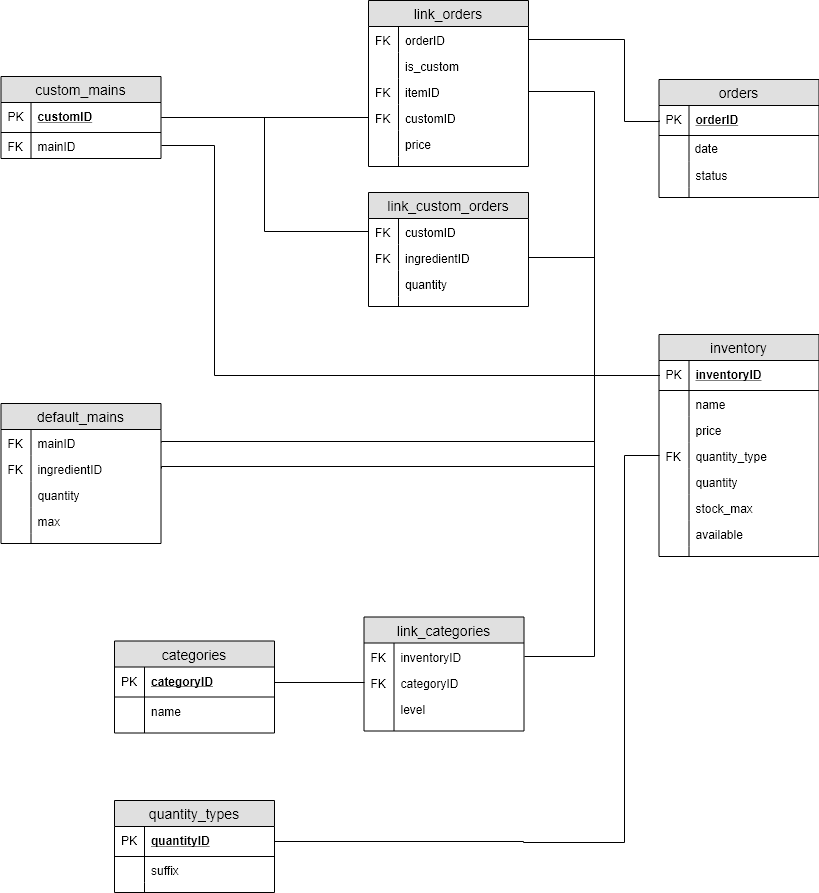
The draw.io diagram docs/database schema_2.png in featherbear/UNSW-COMP1531-Assignment, before a commit. Source tidied: cells renumbered, new cells last; positions are measured from the earlier drawing's top-left corner, leaving out a move shared by most shapes.
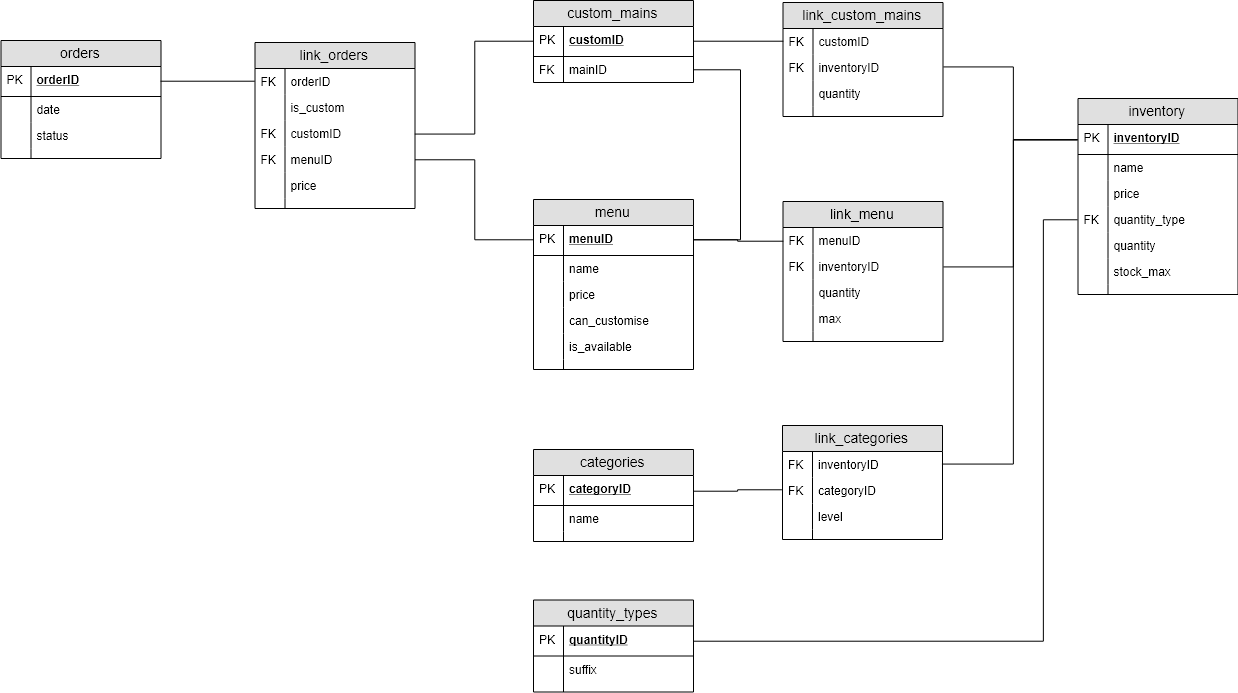
The same diagram one commit later.

Commit message:
Fix database schema to separate the inventory from the menu

What changed in the source:
```diff
@@ -4,4 +4,4 @@
     <mxCell id="1" parent="0" />
-    <mxCell id="2" value="link_custom_orders" style="swimlane;fontStyle=0;horizontal=1;startSize=26;fillColor=#e0e0e0;swimlaneFillColor=#ffffff;align=center;fontSize=14;" parent="1" vertex="1">
-      <mxGeometry x="368" y="192" width="160" height="114" as="geometry" />
+    <mxCell id="2" value="link_custom_mains" style="swimlane;fontStyle=0;horizontal=1;startSize=26;fillColor=#e0e0e0;swimlaneFillColor=#ffffff;align=center;fontSize=14;" parent="1" vertex="1">
+      <mxGeometry x="363.5" y="238" width="160" height="114" as="geometry" />
     </mxCell>
@@ -13,3 +13,3 @@
     </mxCell>
-    <mxCell id="5" value="ingredientID" style="shape=partialRectangle;top=0;left=0;right=0;bottom=0;align=left;verticalAlign=top;fillColor=none;spacingLeft=34;spacingRight=4;overflow=hidden;points=[[0,0.5],[1,0.5]];portConstraint=eastwest;fontSize=12;" parent="2" vertex="1">
+    <mxCell id="5" value="inventoryID" style="shape=partialRectangle;top=0;left=0;right=0;bottom=0;align=left;verticalAlign=top;fillColor=none;spacingLeft=34;spacingRight=4;overflow=hidden;points=[[0,0.5],[1,0.5]];portConstraint=eastwest;fontSize=12;" parent="2" vertex="1">
       <mxGeometry y="52" width="160" height="26" as="geometry" />
@@ -32,3 +32,3 @@
     <mxCell id="11" value="custom_mains" style="swimlane;fontStyle=0;horizontal=1;startSize=26;fillColor=#e0e0e0;swimlaneFillColor=#ffffff;align=center;fontSize=14;" parent="1" vertex="1">
-      <mxGeometry x="0.5" y="76" width="160" height="82" as="geometry" />
+      <mxGeometry x="114" y="236" width="160" height="82" as="geometry" />
     </mxCell>
@@ -46,6 +46,6 @@
     </mxCell>
-    <mxCell id="16" value="default_mains" style="swimlane;fontStyle=0;horizontal=1;startSize=26;fillColor=#e0e0e0;swimlaneFillColor=#ffffff;align=center;fontSize=14;" parent="1" vertex="1">
-      <mxGeometry x="0.5" y="403" width="160" height="140" as="geometry" />
+    <mxCell id="16" value="link_menu" style="swimlane;fontStyle=0;horizontal=1;startSize=26;fillColor=#e0e0e0;swimlaneFillColor=#ffffff;align=center;fontSize=14;" parent="1" vertex="1">
+      <mxGeometry x="363.5" y="437" width="160" height="140" as="geometry" />
     </mxCell>
-    <mxCell id="17" value="mainID" style="shape=partialRectangle;top=0;left=0;right=0;bottom=0;align=left;verticalAlign=top;fillColor=none;spacingLeft=34;spacingRight=4;overflow=hidden;points=[[0,0.5],[1,0.5]];portConstraint=eastwest;fontSize=12;" parent="16" vertex="1">
+    <mxCell id="17" value="menuID" style="shape=partialRectangle;top=0;left=0;right=0;bottom=0;align=left;verticalAlign=top;fillColor=none;spacingLeft=34;spacingRight=4;overflow=hidden;points=[[0,0.5],[1,0.5]];portConstraint=eastwest;fontSize=12;" parent="16" vertex="1">
       <mxGeometry y="26" width="160" height="26" as="geometry" />
@@ -55,3 +55,3 @@
     </mxCell>
-    <mxCell id="19" value="ingredientID" style="shape=partialRectangle;top=0;left=0;right=0;bottom=0;align=left;verticalAlign=top;fillColor=none;spacingLeft=34;spacingRight=4;overflow=hidden;points=[[0,0.5],[1,0.5]];portConstraint=eastwest;fontSize=12;" parent="16" vertex="1">
+    <mxCell id="19" value="inventoryID" style="shape=partialRectangle;top=0;left=0;right=0;bottom=0;align=left;verticalAlign=top;fillColor=none;spacingLeft=34;spacingRight=4;overflow=hidden;points=[[0,0.5],[1,0.5]];portConstraint=eastwest;fontSize=12;" parent="16" vertex="1">
       <mxGeometry y="52" width="160" height="26" as="geometry" />
@@ -80,3 +80,3 @@
     <mxCell id="27" value="inventory" style="swimlane;fontStyle=0;horizontal=1;startSize=26;fillColor=#e0e0e0;swimlaneFillColor=#ffffff;align=center;fontSize=14;" parent="1" vertex="1">
-      <mxGeometry x="658.5" y="334" width="160" height="222" as="geometry" />
+      <mxGeometry x="658.5" y="334" width="160" height="196" as="geometry" />
     </mxCell>
@@ -118,10 +118,4 @@
     </mxCell>
-    <mxCell id="40" value="available" style="shape=partialRectangle;top=0;left=0;right=0;bottom=0;align=left;verticalAlign=top;fillColor=none;spacingLeft=34;spacingRight=4;overflow=hidden;fontSize=12;" parent="27" vertex="1">
-      <mxGeometry y="186" width="160" height="26" as="geometry" />
-    </mxCell>
-    <mxCell id="41" style="shape=partialRectangle;top=0;left=0;bottom=0;fillColor=none;align=left;verticalAlign=top;spacingLeft=4;spacingRight=4;overflow=hidden;fontSize=12;" parent="40" vertex="1">
-      <mxGeometry width="30" height="26" as="geometry" />
-    </mxCell>
     <mxCell id="42" style="shape=partialRectangle;top=0;left=0;right=0;bottom=0;align=left;verticalAlign=top;fillColor=none;spacingLeft=34;spacingRight=4;overflow=hidden;fontSize=12;" parent="27" vertex="1">
-      <mxGeometry y="212" width="160" height="10" as="geometry" />
+      <mxGeometry y="186" width="160" height="10" as="geometry" />
     </mxCell>
@@ -131,3 +125,3 @@
     <mxCell id="44" value="link_orders" style="swimlane;fontStyle=0;horizontal=1;startSize=26;fillColor=#e0e0e0;swimlaneFillColor=#ffffff;align=center;fontSize=14;" parent="1" vertex="1">
-      <mxGeometry x="368" width="160" height="166" as="geometry" />
+      <mxGeometry x="-164.5" y="278" width="160" height="166" as="geometry" />
     </mxCell>
@@ -145,3 +139,3 @@
     </mxCell>
-    <mxCell id="49" value="itemID" style="shape=partialRectangle;top=0;left=0;right=0;bottom=0;align=left;verticalAlign=top;fillColor=none;spacingLeft=34;spacingRight=4;overflow=hidden;points=[[0,0.5],[1,0.5]];portConstraint=eastwest;fontSize=12;" parent="44" vertex="1">
+    <mxCell id="49" value="customID" style="shape=partialRectangle;top=0;left=0;right=0;bottom=0;align=left;verticalAlign=top;fillColor=none;spacingLeft=34;spacingRight=4;overflow=hidden;points=[[0,0.5],[1,0.5]];portConstraint=eastwest;fontSize=12;" parent="44" vertex="1">
       <mxGeometry y="78" width="160" height="26" as="geometry" />
@@ -151,6 +145,6 @@
     </mxCell>
-    <mxCell id="51" value="customID" style="shape=partialRectangle;top=0;left=0;right=0;bottom=0;align=left;verticalAlign=top;fillColor=none;spacingLeft=34;spacingRight=4;overflow=hidden;points=[[0,0.5],[1,0.5]];portConstraint=eastwest;fontSize=12;" parent="44" vertex="1">
-      <mxGeometry y="104" width="160" height="26" as="geometry" />
-    </mxCell>
+    <mxCell id="100" value="menuID" style="shape=partialRectangle;top=0;left=0;right=0;bottom=0;align=left;verticalAlign=top;fillColor=none;spacingLeft=34;spacingRight=4;overflow=hidden;points=[[0,0.5],[1,0.5]];portConstraint=eastwest;fontSize=12;" parent="44" vertex="1">
+      <mxGeometry y="104" width="160" height="26" as="geometry" />
+    </mxCell>
-    <mxCell id="52" value="FK" style="shape=partialRectangle;top=0;left=0;bottom=0;fillColor=none;align=left;verticalAlign=top;spacingLeft=4;spacingRight=4;overflow=hidden;fontSize=12;" parent="51" vertex="1">
+    <mxCell id="52" value="FK" style="shape=partialRectangle;top=0;left=0;bottom=0;fillColor=none;align=left;verticalAlign=top;spacingLeft=4;spacingRight=4;overflow=hidden;fontSize=12;" parent="100" vertex="1">
       <mxGeometry width="30" height="26" as="geometry" />
@@ -170,3 +164,3 @@
     <mxCell id="57" value="categories" style="swimlane;fontStyle=0;horizontal=1;startSize=26;fillColor=#e0e0e0;swimlaneFillColor=#ffffff;align=center;fontSize=14;" parent="1" vertex="1">
-      <mxGeometry x="114" y="640.5" width="160" height="92" as="geometry" />
+      <mxGeometry x="114" y="685" width="160" height="92" as="geometry" />
     </mxCell>
@@ -191,3 +185,3 @@
     <mxCell id="64" value="orders" style="swimlane;fontStyle=0;horizontal=1;startSize=26;fillColor=#e0e0e0;swimlaneFillColor=#ffffff;align=center;fontSize=14;" parent="1" vertex="1">
-      <mxGeometry x="658.5" y="79" width="160" height="118" as="geometry" />
+      <mxGeometry x="-418.5" y="276" width="160" height="118" as="geometry" />
     </mxCell>
@@ -217,34 +211,4 @@
     </mxCell>
-    <mxCell id="73" style="edgeStyle=orthogonalEdgeStyle;rounded=0;jettySize=auto;html=1;entryX=0;entryY=0.5;entryDx=0;entryDy=0;endArrow=none;endFill=0;" parent="1" edge="1" source="45" target="65">
-      <mxGeometry relative="1" as="geometry">
-        <Array as="points">
-          <mxPoint x="624" y="39" />
-          <mxPoint x="624" y="121" />
-        </Array>
-      </mxGeometry>
-    </mxCell>
-    <mxCell id="74" style="edgeStyle=orthogonalEdgeStyle;rounded=0;jettySize=auto;html=1;exitX=1;exitY=0.5;exitDx=0;exitDy=0;entryX=0;entryY=0.5;entryDx=0;entryDy=0;endArrow=none;endFill=0;" parent="1" edge="1" source="5" target="28">
-      <mxGeometry relative="1" as="geometry">
-        <Array as="points">
-          <mxPoint x="594" y="257" />
-          <mxPoint x="594" y="375" />
-        </Array>
-      </mxGeometry>
-    </mxCell>
-    <mxCell id="75" style="edgeStyle=orthogonalEdgeStyle;rounded=0;jettySize=auto;html=1;exitX=1;exitY=0.5;exitDx=0;exitDy=0;entryX=0;entryY=0.5;entryDx=0;entryDy=0;endArrow=none;endFill=0;" parent="1" edge="1" source="12" target="51">
-      <mxGeometry relative="1" as="geometry" />
-    </mxCell>
-    <mxCell id="76" style="edgeStyle=orthogonalEdgeStyle;rounded=0;jettySize=auto;html=1;exitX=1;exitY=0.5;exitDx=0;exitDy=0;entryX=0;entryY=0.5;entryDx=0;entryDy=0;endArrow=none;endFill=0;" parent="1" edge="1" source="12" target="3">
-      <mxGeometry relative="1" as="geometry" />
-    </mxCell>
-    <mxCell id="77" style="edgeStyle=orthogonalEdgeStyle;rounded=0;jettySize=auto;html=1;exitX=1;exitY=0.5;exitDx=0;exitDy=0;entryX=0;entryY=0.5;entryDx=0;entryDy=0;endArrow=none;endFill=0;" parent="1" edge="1" source="49" target="28">
-      <mxGeometry relative="1" as="geometry">
-        <Array as="points">
-          <mxPoint x="594" y="91" />
-          <mxPoint x="594" y="375" />
-        </Array>
-      </mxGeometry>
-    </mxCell>
     <mxCell id="78" value="quantity_types" style="swimlane;fontStyle=0;horizontal=1;startSize=26;fillColor=#e0e0e0;swimlaneFillColor=#ffffff;align=center;fontSize=14;" parent="1" vertex="1">
-      <mxGeometry x="114" y="800" width="160" height="92" as="geometry" />
+      <mxGeometry x="114" y="835.5" width="160" height="92" as="geometry" />
     </mxCell>
@@ -271,4 +235,3 @@
         <Array as="points">
-          <mxPoint x="523" y="842" />
-          <mxPoint x="624" y="842" />
+          <mxPoint x="624" y="877" />
           <mxPoint x="624" y="455" />
@@ -278,3 +241,3 @@
     <mxCell id="86" value="link_categories" style="swimlane;fontStyle=0;horizontal=1;startSize=26;fillColor=#e0e0e0;swimlaneFillColor=#ffffff;align=center;fontSize=14;" parent="1" vertex="1">
-      <mxGeometry x="363.5" y="616.5" width="160" height="114" as="geometry" />
+      <mxGeometry x="363" y="661" width="160" height="114" as="geometry" />
     </mxCell>
@@ -304,26 +267,2 @@
     </mxCell>
-    <mxCell id="95" style="edgeStyle=orthogonalEdgeStyle;rounded=0;jettySize=auto;html=1;exitX=1;exitY=0.5;exitDx=0;exitDy=0;entryX=0;entryY=0.5;entryDx=0;entryDy=0;endArrow=none;endFill=0;" parent="1" edge="1" source="17" target="28">
-      <mxGeometry relative="1" as="geometry">
-        <Array as="points">
-          <mxPoint x="594" y="441" />
-          <mxPoint x="594" y="375" />
-        </Array>
-      </mxGeometry>
-    </mxCell>
-    <mxCell id="96" style="edgeStyle=orthogonalEdgeStyle;rounded=0;jettySize=auto;html=1;exitX=1;exitY=0.5;exitDx=0;exitDy=0;entryX=0;entryY=0.5;entryDx=0;entryDy=0;endArrow=none;endFill=0;" parent="1" edge="1" source="19" target="28">
-      <mxGeometry relative="1" as="geometry">
-        <Array as="points">
-          <mxPoint x="594" y="466" />
-          <mxPoint x="594" y="375" />
-        </Array>
-      </mxGeometry>
-    </mxCell>
-    <mxCell id="97" style="edgeStyle=orthogonalEdgeStyle;rounded=0;jettySize=auto;html=1;exitX=1;exitY=0.5;exitDx=0;exitDy=0;entryX=0;entryY=0.5;entryDx=0;entryDy=0;endArrow=none;endFill=0;" parent="1" edge="1" source="14" target="28">
-      <mxGeometry relative="1" as="geometry">
-        <Array as="points">
-          <mxPoint x="214" y="145" />
-          <mxPoint x="214" y="375" />
-        </Array>
-      </mxGeometry>
-    </mxCell>
     <mxCell id="98" style="edgeStyle=orthogonalEdgeStyle;rounded=0;jettySize=auto;html=1;exitX=1;exitY=0.5;exitDx=0;exitDy=0;entryX=0;entryY=0.5;entryDx=0;entryDy=0;endArrow=none;endFill=0;" parent="1" edge="1" source="87" target="28">
@@ -331,3 +270,3 @@
         <Array as="points">
-          <mxPoint x="594" y="656" />
+          <mxPoint x="594" y="700" />
           <mxPoint x="594" y="375" />
@@ -339,2 +278,80 @@
     </mxCell>
+    <mxCell id="101" value="menu" style="swimlane;fontStyle=0;horizontal=1;startSize=26;fillColor=#e0e0e0;swimlaneFillColor=#ffffff;align=center;fontSize=14;" parent="1" vertex="1">
+      <mxGeometry x="114" y="435" width="160" height="170" as="geometry" />
+    </mxCell>
+    <mxCell id="102" value="menuID" style="shape=partialRectangle;top=0;left=0;right=0;bottom=1;align=left;verticalAlign=middle;fillColor=none;spacingLeft=34;spacingRight=4;overflow=hidden;points=[[0,0.5],[1,0.5]];portConstraint=eastwest;fontStyle=5;fontSize=12;" parent="101" vertex="1">
+      <mxGeometry y="26" width="160" height="30" as="geometry" />
+    </mxCell>
+    <mxCell id="103" value="PK" style="shape=partialRectangle;top=0;left=0;bottom=0;fillColor=none;align=left;verticalAlign=middle;spacingLeft=4;spacingRight=4;overflow=hidden;fontSize=12;" parent="102" vertex="1">
+      <mxGeometry width="30" height="30" as="geometry" />
+    </mxCell>
+    <mxCell id="104" value="name" style="shape=partialRectangle;top=0;left=0;right=0;bottom=0;align=left;verticalAlign=top;fillColor=none;spacingLeft=34;spacingRight=4;overflow=hidden;fontSize=12;" parent="101" vertex="1">
+      <mxGeometry y="56" width="160" height="26" as="geometry" />
+    </mxCell>
+    <mxCell id="105" style="shape=partialRectangle;top=0;left=0;bottom=0;fillColor=none;align=left;verticalAlign=top;spacingLeft=4;spacingRight=4;overflow=hidden;fontSize=12;" parent="104" vertex="1">
+      <mxGeometry width="30" height="26" as="geometry" />
+    </mxCell>
+    <mxCell id="106" value="price" style="shape=partialRectangle;top=0;left=0;right=0;bottom=0;align=left;verticalAlign=top;fillColor=none;spacingLeft=34;spacingRight=4;overflow=hidden;fontSize=12;" parent="101" vertex="1">
+      <mxGeometry y="82" width="160" height="26" as="geometry" />
+    </mxCell>
+    <mxCell id="107" style="shape=partialRectangle;top=0;left=0;bottom=0;fillColor=none;align=left;verticalAlign=top;spacingLeft=4;spacingRight=4;overflow=hidden;fontSize=12;" parent="106" vertex="1">
+      <mxGeometry width="30" height="26" as="geometry" />
+    </mxCell>
+    <mxCell id="108" value="can_customise" style="shape=partialRectangle;top=0;left=0;right=0;bottom=0;align=left;verticalAlign=top;fillColor=none;spacingLeft=34;spacingRight=4;overflow=hidden;fontSize=12;" parent="101" vertex="1">
+      <mxGeometry y="108" width="160" height="26" as="geometry" />
+    </mxCell>
+    <mxCell id="109" style="shape=partialRectangle;top=0;left=0;bottom=0;fillColor=none;align=left;verticalAlign=top;spacingLeft=4;spacingRight=4;overflow=hidden;fontSize=12;" parent="108" vertex="1">
+      <mxGeometry width="30" height="26" as="geometry" />
+    </mxCell>
+    <mxCell id="110" value="is_available" style="shape=partialRectangle;top=0;left=0;right=0;bottom=0;align=left;verticalAlign=top;fillColor=none;spacingLeft=34;spacingRight=4;overflow=hidden;fontSize=12;" parent="101" vertex="1">
+      <mxGeometry y="134" width="160" height="26" as="geometry" />
+    </mxCell>
+    <mxCell id="111" style="shape=partialRectangle;top=0;left=0;bottom=0;fillColor=none;align=left;verticalAlign=top;spacingLeft=4;spacingRight=4;overflow=hidden;fontSize=12;" parent="110" vertex="1">
+      <mxGeometry width="30" height="26" as="geometry" />
+    </mxCell>
+    <mxCell id="112" style="shape=partialRectangle;top=0;left=0;right=0;bottom=0;align=left;verticalAlign=top;fillColor=none;spacingLeft=34;spacingRight=4;overflow=hidden;fontSize=12;" parent="101" vertex="1">
+      <mxGeometry y="160" width="160" height="10" as="geometry" />
+    </mxCell>
+    <mxCell id="113" style="shape=partialRectangle;top=0;left=0;bottom=0;fillColor=none;align=left;verticalAlign=top;spacingLeft=4;spacingRight=4;overflow=hidden;fontSize=12;" parent="112" vertex="1">
+      <mxGeometry width="30" height="10" as="geometry" />
+    </mxCell>
+    <mxCell id="114" style="edgeStyle=orthogonalEdgeStyle;rounded=0;jettySize=auto;html=1;exitX=1;exitY=0.5;exitDx=0;exitDy=0;entryX=0;entryY=0.5;entryDx=0;entryDy=0;endArrow=none;endFill=0;" parent="1" edge="1" source="102" target="17">
+      <mxGeometry relative="1" as="geometry" />
+    </mxCell>
+    <mxCell id="73" style="edgeStyle=orthogonalEdgeStyle;rounded=0;jettySize=auto;html=1;exitX=0;exitY=0.5;exitDx=0;exitDy=0;entryX=1;entryY=0.5;entryDx=0;entryDy=0;endArrow=none;endFill=0;" parent="1" edge="1" source="45" target="65">
+      <mxGeometry relative="1" as="geometry" />
+    </mxCell>
+    <mxCell id="74" style="edgeStyle=orthogonalEdgeStyle;rounded=0;jettySize=auto;html=1;exitX=1;exitY=0.5;exitDx=0;exitDy=0;entryX=0;entryY=0.5;entryDx=0;entryDy=0;endArrow=none;endFill=0;" parent="1" edge="1" source="5" target="28">
+      <mxGeometry relative="1" as="geometry">
+        <Array as="points">
+          <mxPoint x="594" y="303" />
+          <mxPoint x="594" y="375" />
+        </Array>
+      </mxGeometry>
+    </mxCell>
+    <mxCell id="115" style="edgeStyle=orthogonalEdgeStyle;rounded=0;jettySize=auto;html=1;exitX=1;exitY=0.5;exitDx=0;exitDy=0;entryX=1;entryY=0.5;entryDx=0;entryDy=0;endArrow=none;endFill=0;" parent="1" edge="1" source="14" target="102">
+      <mxGeometry relative="1" as="geometry">
+        <Array as="points">
+          <mxPoint x="321" y="305" />
+          <mxPoint x="321" y="476" />
+        </Array>
+      </mxGeometry>
+    </mxCell>
+    <mxCell id="96" style="edgeStyle=orthogonalEdgeStyle;rounded=0;jettySize=auto;html=1;exitX=1;exitY=0.5;exitDx=0;exitDy=0;entryX=0;entryY=0.5;entryDx=0;entryDy=0;endArrow=none;endFill=0;" parent="1" edge="1" source="19" target="28">
+      <mxGeometry relative="1" as="geometry">
+        <Array as="points">
+          <mxPoint x="594" y="502" />
+          <mxPoint x="594" y="375" />
+        </Array>
+      </mxGeometry>
+    </mxCell>
+    <mxCell id="116" style="edgeStyle=orthogonalEdgeStyle;rounded=0;jettySize=auto;html=1;exitX=0;exitY=0.5;exitDx=0;exitDy=0;entryX=1;entryY=0.5;entryDx=0;entryDy=0;endArrow=none;endFill=0;" parent="1" edge="1" source="3" target="12">
+      <mxGeometry relative="1" as="geometry" />
+    </mxCell>
+    <mxCell id="117" style="edgeStyle=orthogonalEdgeStyle;rounded=0;jettySize=auto;html=1;exitX=1;exitY=0.5;exitDx=0;exitDy=0;entryX=0;entryY=0.5;entryDx=0;entryDy=0;endArrow=none;endFill=0;" parent="1" edge="1" source="49" target="12">
+      <mxGeometry relative="1" as="geometry" />
+    </mxCell>
+    <mxCell id="118" style="edgeStyle=orthogonalEdgeStyle;rounded=0;jettySize=auto;html=1;entryX=0;entryY=0.5;entryDx=0;entryDy=0;endArrow=none;endFill=0;" parent="1" edge="1" source="100" target="102">
+      <mxGeometry relative="1" as="geometry" />
+    </mxCell>
   </root>
```
